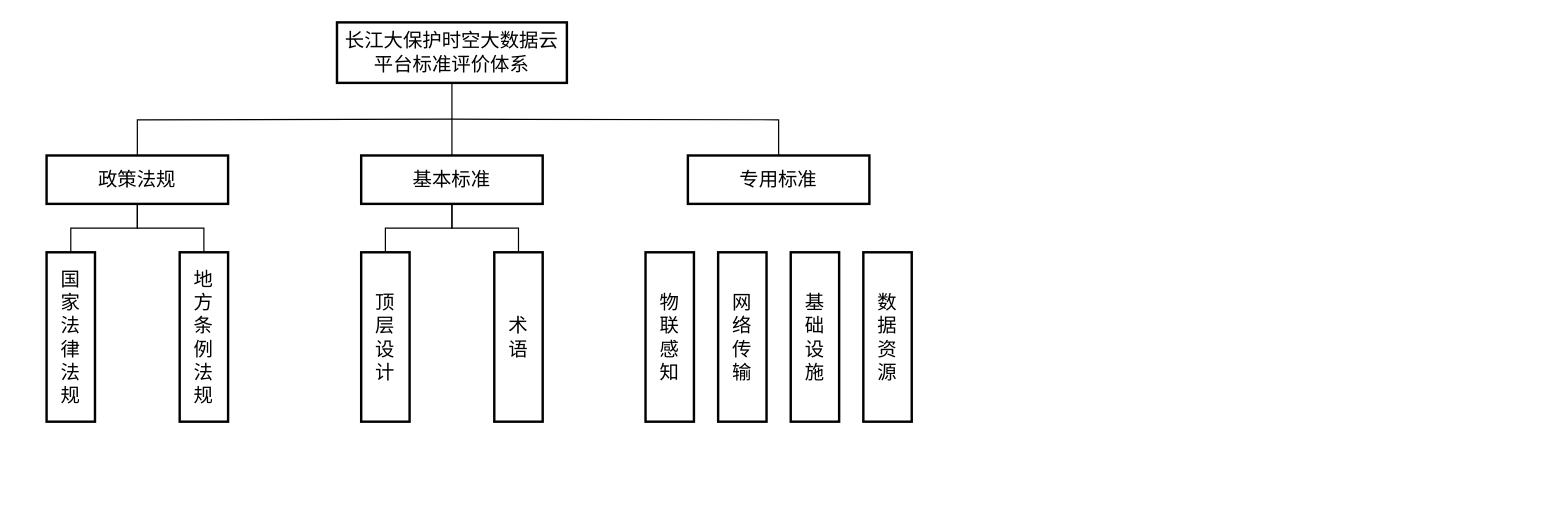
This is file/ansi-fw.drawio from DORcode/admin-demo, a draw.io file, before an edit. Source tidied: cells renumbered, new cells numbered last; positions are measured from the earlier drawing's top-left corner, leaving out a move shared by most shapes. Both pictures are drawn from the tidied source at 121%, with x=0, y=0 at pixel (46, 22).
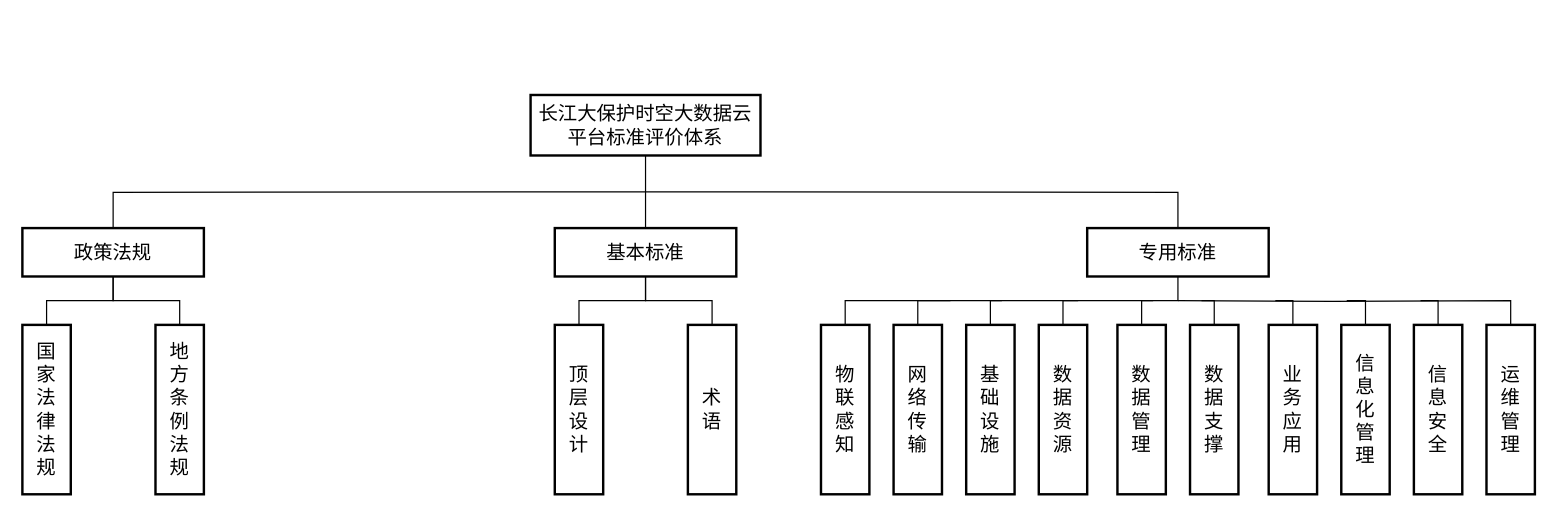
The same page after the edit.

What changed in the source:
```diff
@@
     <mxCell id="3" style="edgeStyle=orthogonalEdgeStyle;rounded=0;jettySize=auto;html=1;entryX=0.5;entryY=0;entryDx=0;entryDy=0;endArrow=none;endFill=0;fontFamily=宋体;" parent="1" edge="1" target="8">
       <mxGeometry relative="1" as="geometry">
-        <mxPoint x="335" y="80" as="sourcePoint" />
+        <mxPoint x="495" y="140" as="sourcePoint" />
       </mxGeometry>
     </mxCell>
     <mxCell id="4" style="edgeStyle=orthogonalEdgeStyle;rounded=0;jettySize=auto;html=1;entryX=0.5;entryY=0;entryDx=0;entryDy=0;endArrow=none;endFill=0;fontFamily=宋体;" parent="1" edge="1" target="12">
       <mxGeometry relative="1" as="geometry">
-        <mxPoint x="335" y="80" as="sourcePoint" />
+        <mxPoint x="495" y="140" as="sourcePoint" />
       </mxGeometry>
     </mxCell>
     <mxCell id="5" value="长江大保护时空大数据云平台标准评价体系" style="rounded=0;whiteSpace=wrap;html=1;fontSize=16;fontFamily=宋体;strokeWidth=2;" parent="1" vertex="1">
-      <mxGeometry x="240" width="190" height="50" as="geometry" />
+      <mxGeometry x="400" y="60" width="190" height="50" as="geometry" />
     </mxCell>
@@
     <mxCell id="8" value="政策法规" style="rounded=0;whiteSpace=wrap;html=1;fontSize=16;fontFamily=宋体;strokeWidth=2;" parent="1" vertex="1">
-      <mxGeometry y="110" width="150" height="40" as="geometry" />
+      <mxGeometry x="-20" y="170" width="150" height="40" as="geometry" />
     </mxCell>
@@
     <mxCell id="11" value="基本标准" style="rounded=0;whiteSpace=wrap;html=1;fontSize=16;fontFamily=宋体;strokeWidth=2;" parent="1" vertex="1">
-      <mxGeometry x="260" y="110" width="150" height="40" as="geometry" />
+      <mxGeometry x="420" y="170" width="150" height="40" as="geometry" />
     </mxCell>
+    <mxCell id="21" style="edgeStyle=orthogonalEdgeStyle;rounded=0;jettySize=auto;html=1;entryX=0.5;entryY=0;entryDx=0;entryDy=0;endArrow=none;endFill=0;exitX=0.5;exitY=1;exitDx=0;exitDy=0;" parent="1" edge="1" source="12" target="17">
+      <mxGeometry relative="1" as="geometry" />
+    </mxCell>
+    <mxCell id="22" style="edgeStyle=orthogonalEdgeStyle;rounded=0;jettySize=auto;html=1;entryX=0.5;entryY=0;entryDx=0;entryDy=0;endArrow=none;endFill=0;" parent="1" edge="1" target="18">
+      <mxGeometry relative="1" as="geometry">
+        <mxPoint x="747" y="230" as="sourcePoint" />
+      </mxGeometry>
+    </mxCell>
+    <mxCell id="23" style="edgeStyle=orthogonalEdgeStyle;rounded=0;jettySize=auto;html=1;entryX=0.5;entryY=0;entryDx=0;entryDy=0;endArrow=none;endFill=0;" parent="1" edge="1" target="36">
+      <mxGeometry relative="1" as="geometry">
+        <mxPoint x="935" y="230" as="sourcePoint" />
+      </mxGeometry>
+    </mxCell>
     <mxCell id="12" value="专用标准" style="rounded=0;whiteSpace=wrap;html=1;fontSize=16;fontFamily=宋体;strokeWidth=2;" parent="1" vertex="1">
-      <mxGeometry x="530" y="110" width="150" height="40" as="geometry" />
+      <mxGeometry x="860" y="170" width="150" height="40" as="geometry" />
     </mxCell>
     <mxCell id="13" value="国&lt;br&gt;家&lt;br&gt;法&lt;br&gt;律&lt;br&gt;法&lt;br&gt;规" style="rounded=0;whiteSpace=wrap;html=1;fontSize=16;fontFamily=宋体;strokeWidth=2;rotation=0;verticalAlign=middle;labelPosition=center;verticalLabelPosition=middle;align=center;" parent="1" vertex="1">
-      <mxGeometry y="190" width="40" height="140" as="geometry" />
+      <mxGeometry x="-20" y="250" width="40" height="140" as="geometry" />
     </mxCell>
     <mxCell id="14" value="地&lt;br&gt;方&lt;br&gt;条&lt;br&gt;例&lt;br&gt;法&lt;br&gt;规" style="rounded=0;whiteSpace=wrap;html=1;fontSize=16;fontFamily=宋体;strokeWidth=2;rotation=0;verticalAlign=middle;labelPosition=center;verticalLabelPosition=middle;align=center;" parent="1" vertex="1">
-      <mxGeometry x="110" y="190" width="40" height="140" as="geometry" />
+      <mxGeometry x="90" y="250" width="40" height="140" as="geometry" />
     </mxCell>
     <mxCell id="15" value="顶&lt;br&gt;层&lt;br&gt;设&lt;br&gt;计" style="rounded=0;whiteSpace=wrap;html=1;fontSize=16;fontFamily=宋体;strokeWidth=2;rotation=0;verticalAlign=middle;labelPosition=center;verticalLabelPosition=middle;align=center;" parent="1" vertex="1">
-      <mxGeometry x="260" y="190" width="40" height="140" as="geometry" />
+      <mxGeometry x="420" y="250" width="40" height="140" as="geometry" />
     </mxCell>
     <mxCell id="16" value="术&lt;br&gt;语" style="rounded=0;whiteSpace=wrap;html=1;fontSize=16;fontFamily=宋体;strokeWidth=2;rotation=0;verticalAlign=middle;labelPosition=center;verticalLabelPosition=middle;align=center;" parent="1" vertex="1">
-      <mxGeometry x="370" y="190" width="40" height="140" as="geometry" />
+      <mxGeometry x="530" y="250" width="40" height="140" as="geometry" />
     </mxCell>
     <mxCell id="17" value="物&lt;br&gt;联&lt;br&gt;感&lt;br&gt;知" style="rounded=0;whiteSpace=wrap;html=1;fontSize=16;fontFamily=宋体;strokeWidth=2;rotation=0;verticalAlign=middle;labelPosition=center;verticalLabelPosition=middle;align=center;" parent="1" vertex="1">
-      <mxGeometry x="495" y="190" width="40" height="140" as="geometry" />
+      <mxGeometry x="640" y="250" width="40" height="140" as="geometry" />
     </mxCell>
     <mxCell id="18" value="网&lt;br&gt;络&lt;br&gt;传&lt;br&gt;输" style="rounded=0;whiteSpace=wrap;html=1;fontSize=16;fontFamily=宋体;strokeWidth=2;rotation=0;verticalAlign=middle;labelPosition=center;verticalLabelPosition=middle;align=center;" parent="1" vertex="1">
-      <mxGeometry x="555" y="190" width="40" height="140" as="geometry" />
+      <mxGeometry x="700" y="250" width="40" height="140" as="geometry" />
     </mxCell>
+    <mxCell id="24" style="edgeStyle=orthogonalEdgeStyle;rounded=0;jettySize=auto;html=1;endArrow=none;endFill=0;" parent="1" edge="1" source="19">
+      <mxGeometry relative="1" as="geometry">
+        <mxPoint x="789" y="230" as="targetPoint" />
+      </mxGeometry>
+    </mxCell>
     <mxCell id="19" value="基&lt;br&gt;础&lt;br&gt;设&lt;br&gt;施" style="rounded=0;whiteSpace=wrap;html=1;fontSize=16;fontFamily=宋体;strokeWidth=2;rotation=0;verticalAlign=middle;labelPosition=center;verticalLabelPosition=middle;align=center;" parent="1" vertex="1">
-      <mxGeometry x="615" y="190" width="40" height="140" as="geometry" />
+      <mxGeometry x="760" y="250" width="40" height="140" as="geometry" />
     </mxCell>
+    <mxCell id="25" style="edgeStyle=orthogonalEdgeStyle;rounded=0;jettySize=auto;html=1;endArrow=none;endFill=0;" parent="1" edge="1" source="20">
+      <mxGeometry relative="1" as="geometry">
+        <mxPoint x="852" y="230" as="targetPoint" />
+      </mxGeometry>
+    </mxCell>
     <mxCell id="20" value="数&lt;br&gt;据&lt;br&gt;资&lt;br&gt;源" style="rounded=0;whiteSpace=wrap;html=1;fontSize=16;fontFamily=宋体;strokeWidth=2;rotation=0;verticalAlign=middle;labelPosition=center;verticalLabelPosition=middle;align=center;" parent="1" vertex="1">
-      <mxGeometry x="675" y="190" width="40" height="140" as="geometry" />
+      <mxGeometry x="820" y="250" width="40" height="140" as="geometry" />
     </mxCell>
+    <mxCell id="26" style="edgeStyle=orthogonalEdgeStyle;rounded=0;jettySize=auto;html=1;endArrow=none;endFill=0;" parent="1" edge="1" source="27">
+      <mxGeometry relative="1" as="geometry">
+        <mxPoint x="914" y="230" as="targetPoint" />
+      </mxGeometry>
+    </mxCell>
+    <mxCell id="27" value="数&lt;br&gt;据&lt;br&gt;管&lt;br&gt;理" style="rounded=0;whiteSpace=wrap;html=1;fontSize=16;fontFamily=宋体;strokeWidth=2;rotation=0;verticalAlign=middle;labelPosition=center;verticalLabelPosition=middle;align=center;" parent="1" vertex="1">
+      <mxGeometry x="885" y="250" width="40" height="140" as="geometry" />
+    </mxCell>
+    <mxCell id="28" style="edgeStyle=orthogonalEdgeStyle;rounded=0;jettySize=auto;html=1;endArrow=none;endFill=0;" parent="1" edge="1" source="29">
+      <mxGeometry relative="1" as="geometry">
+        <mxPoint x="954" y="230" as="targetPoint" />
+      </mxGeometry>
+    </mxCell>
+    <mxCell id="29" value="数&lt;br&gt;据&lt;br&gt;支&lt;br&gt;撑" style="rounded=0;whiteSpace=wrap;html=1;fontSize=16;fontFamily=宋体;strokeWidth=2;rotation=0;verticalAlign=middle;labelPosition=center;verticalLabelPosition=middle;align=center;" parent="1" vertex="1">
+      <mxGeometry x="945" y="250" width="40" height="140" as="geometry" />
+    </mxCell>
+    <mxCell id="30" style="edgeStyle=orthogonalEdgeStyle;rounded=0;jettySize=auto;html=1;endArrow=none;endFill=0;" parent="1" edge="1" source="31">
+      <mxGeometry relative="1" as="geometry">
+        <mxPoint x="1015" y="230" as="targetPoint" />
+      </mxGeometry>
+    </mxCell>
+    <mxCell id="31" value="业&lt;br&gt;务&lt;br&gt;应&lt;br&gt;用" style="rounded=0;whiteSpace=wrap;html=1;fontSize=16;fontFamily=宋体;strokeWidth=2;rotation=0;verticalAlign=middle;labelPosition=center;verticalLabelPosition=middle;align=center;" parent="1" vertex="1">
+      <mxGeometry x="1010" y="250" width="40" height="140" as="geometry" />
+    </mxCell>
+    <mxCell id="32" style="edgeStyle=orthogonalEdgeStyle;rounded=0;jettySize=auto;html=1;endArrow=none;endFill=0;" parent="1" edge="1" source="33">
+      <mxGeometry relative="1" as="geometry">
+        <mxPoint x="1074" y="230" as="targetPoint" />
+      </mxGeometry>
+    </mxCell>
+    <mxCell id="33" value="信&lt;br&gt;息&lt;br&gt;化&lt;br&gt;管&lt;br&gt;理" style="rounded=0;whiteSpace=wrap;html=1;fontSize=16;fontFamily=宋体;strokeWidth=2;rotation=0;verticalAlign=middle;labelPosition=center;verticalLabelPosition=middle;align=center;" parent="1" vertex="1">
+      <mxGeometry x="1070" y="250" width="40" height="140" as="geometry" />
+    </mxCell>
+    <mxCell id="34" style="edgeStyle=orthogonalEdgeStyle;rounded=0;jettySize=auto;html=1;endArrow=none;endFill=0;" parent="1" edge="1" source="35">
+      <mxGeometry relative="1" as="geometry">
+        <mxPoint x="1135" y="230" as="targetPoint" />
+      </mxGeometry>
+    </mxCell>
+    <mxCell id="35" value="信&lt;br&gt;息&lt;br&gt;安&lt;br&gt;全" style="rounded=0;whiteSpace=wrap;html=1;fontSize=16;fontFamily=宋体;strokeWidth=2;rotation=0;verticalAlign=middle;labelPosition=center;verticalLabelPosition=middle;align=center;" parent="1" vertex="1">
+      <mxGeometry x="1130" y="250" width="40" height="140" as="geometry" />
+    </mxCell>
+    <mxCell id="36" value="运&lt;br&gt;维&lt;br&gt;管&lt;br&gt;理" style="rounded=0;whiteSpace=wrap;html=1;fontSize=16;fontFamily=宋体;strokeWidth=2;rotation=0;verticalAlign=middle;labelPosition=center;verticalLabelPosition=middle;align=center;" parent="1" vertex="1">
+      <mxGeometry x="1190" y="250" width="40" height="140" as="geometry" />
+    </mxCell>
```
